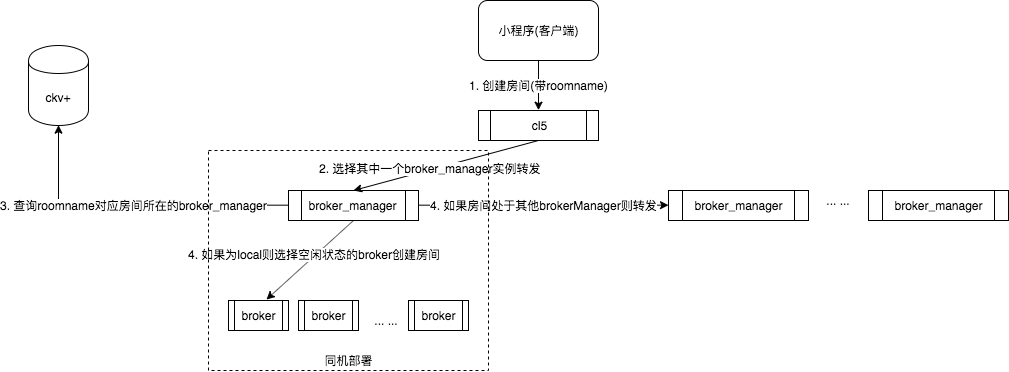
Before: Untitled Diagram.png, a diagram exported from draw.io (HDX180/hello_world). Source tidied: cells renumbered, new cells last; positions are measured from the earlier drawing's top-left corner, leaving out a move shared by most shapes. Its diagram source:
```xml
<mxGraphModel>
  <root>
    <mxCell id="0" />
    <mxCell id="1" parent="0" />
    <mxCell id="2" value="cl5" style="shape=process;whiteSpace=wrap;html=1;backgroundOutline=1;" parent="1" vertex="1">
      <mxGeometry x="450" y="110" width="120" height="30" as="geometry" />
    </mxCell>
    <mxCell id="3" value="3. 查询roomname对应房间所在的broker_manager" style="edgeStyle=orthogonalEdgeStyle;rounded=0;jettySize=auto;html=1;entryX=0.5;entryY=1;entryDx=0;entryDy=0;" parent="1" edge="1" source="5" target="15">
      <mxGeometry relative="1" as="geometry" />
    </mxCell>
    <mxCell id="4" value="&lt;span style=&quot;font-size: 12px&quot;&gt;4. 如果房间处于其他brokerManager则转发&lt;/span&gt;" style="edgeStyle=orthogonalEdgeStyle;rounded=0;jettySize=auto;html=1;exitX=1;exitY=0.5;exitDx=0;exitDy=0;entryX=0;entryY=0.5;entryDx=0;entryDy=0;" parent="1" edge="1" source="5" target="6">
      <mxGeometry relative="1" as="geometry" />
    </mxCell>
    <mxCell id="5" value="broker_manager" style="shape=process;whiteSpace=wrap;html=1;backgroundOutline=1;" parent="1" vertex="1">
      <mxGeometry x="260" y="190" width="130" height="30" as="geometry" />
    </mxCell>
    <mxCell id="6" value="broker_manager" style="shape=process;whiteSpace=wrap;html=1;backgroundOutline=1;" parent="1" vertex="1">
      <mxGeometry x="640" y="190" width="140" height="30" as="geometry" />
    </mxCell>
    <mxCell id="7" value="broker_manager" style="shape=process;whiteSpace=wrap;html=1;backgroundOutline=1;" parent="1" vertex="1">
      <mxGeometry x="840" y="190" width="140" height="30" as="geometry" />
    </mxCell>
    <mxCell id="8" value="... ..." style="text;html=1;strokeColor=none;fillColor=none;align=center;verticalAlign=middle;whiteSpace=wrap;rounded=0;" parent="1" vertex="1">
      <mxGeometry x="790" y="190" width="40" height="20" as="geometry" />
    </mxCell>
    <mxCell id="9" value="1. 创建房间(带roomname)" style="edgeStyle=orthogonalEdgeStyle;rounded=0;jettySize=auto;html=1;exitX=0.5;exitY=1;exitDx=0;exitDy=0;entryX=0.5;entryY=0;entryDx=0;entryDy=0;" parent="1" edge="1" source="10" target="2">
      <mxGeometry relative="1" as="geometry" />
    </mxCell>
    <mxCell id="10" value="小程序(客户端)" style="rounded=1;whiteSpace=wrap;html=1;" parent="1" vertex="1">
      <mxGeometry x="450" width="120" height="60" as="geometry" />
    </mxCell>
    <mxCell id="11" value="broker" style="shape=process;whiteSpace=wrap;html=1;backgroundOutline=1;" parent="1" vertex="1">
      <mxGeometry x="200" y="300" width="60" height="30" as="geometry" />
    </mxCell>
    <mxCell id="12" value="broker" style="shape=process;whiteSpace=wrap;html=1;backgroundOutline=1;" parent="1" vertex="1">
      <mxGeometry x="270" y="300" width="60" height="30" as="geometry" />
    </mxCell>
    <mxCell id="13" value="broker" style="shape=process;whiteSpace=wrap;html=1;backgroundOutline=1;" parent="1" vertex="1">
      <mxGeometry x="380" y="300" width="60" height="30" as="geometry" />
    </mxCell>
    <mxCell id="14" value="... ..." style="text;html=1;strokeColor=none;fillColor=none;align=center;verticalAlign=middle;whiteSpace=wrap;rounded=0;" parent="1" vertex="1">
      <mxGeometry x="338" y="310" width="40" height="20" as="geometry" />
    </mxCell>
    <mxCell id="15" value="ckv+" style="shape=cylinder;whiteSpace=wrap;html=1;boundedLbl=1;backgroundOutline=1;" parent="1" vertex="1">
      <mxGeometry y="45" width="60" height="80" as="geometry" />
    </mxCell>
    <mxCell id="16" style="endArrow=classic;html=1;entryX=0.5;entryY=0;entryDx=0;entryDy=0;exitX=0.5;exitY=1;exitDx=0;exitDy=0;" parent="1" edge="1" source="2" target="5">
      <mxGeometry relative="1" as="geometry" />
    </mxCell>
    <mxCell id="17" value="2. 选择其中一个broker_manager实例转发" style="text;html=1;align=center;verticalAlign=middle;labelBackgroundColor=#ffffff;" parent="16" vertex="1">
      <mxGeometry x="0.17" y="-2" relative="1" as="geometry" />
    </mxCell>
    <mxCell id="18" style="endArrow=classic;html=1;entryX=0.633;entryY=-0.033;entryDx=0;entryDy=0;entryPerimeter=0;exitX=0.5;exitY=1;exitDx=0;exitDy=0;" parent="1" edge="1" source="5" target="11">
      <mxGeometry relative="1" as="geometry" />
    </mxCell>
    <mxCell id="19" value="4. 如果为local则选择空闲状态的broker创建房间" style="text;html=1;align=center;verticalAlign=middle;labelBackgroundColor=#ffffff;" parent="18" vertex="1">
      <mxGeometry x="-0.12" y="-2" relative="1" as="geometry" />
    </mxCell>
    <mxCell id="20" style="rounded=0;whiteSpace=wrap;html=1;gradientColor=none;fillColor=none;dashed=1;" parent="1" vertex="1">
      <mxGeometry x="180" y="150" width="280" height="220" as="geometry" />
    </mxCell>
    <mxCell id="21" value="同机部署" style="text;html=1;strokeColor=none;fillColor=none;align=center;verticalAlign=middle;whiteSpace=wrap;rounded=0;dashed=1;" parent="1" vertex="1">
      <mxGeometry x="290" y="350" width="60" height="20" as="geometry" />
    </mxCell>
  </root>
</mxGraphModel>
```
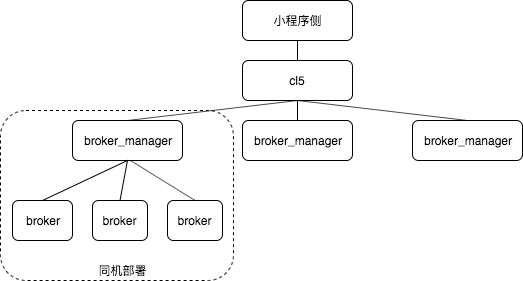
After the change.

Change to the diagram source:
```diff
@@ -2,65 +2,58 @@
   <root>
     <mxCell id="0" />
     <mxCell id="1" parent="0" />
+    <mxCell id="22" value="broker_manager" style="rounded=1;whiteSpace=wrap;html=1;" parent="1" vertex="1">
+      <mxGeometry x="360" y="140" width="110" height="40" as="geometry" />
+    </mxCell>
+    <mxCell id="23" value="broker_manager" style="rounded=1;whiteSpace=wrap;html=1;" parent="1" vertex="1">
+      <mxGeometry x="530" y="140" width="110" height="40" as="geometry" />
+    </mxCell>
+    <mxCell id="24" value="broker_manager" style="rounded=1;whiteSpace=wrap;html=1;" parent="1" vertex="1">
+      <mxGeometry x="700" y="140" width="110" height="40" as="geometry" />
+    </mxCell>
-    <mxCell id="2" value="cl5" style="shape=process;whiteSpace=wrap;html=1;backgroundOutline=1;" parent="1" vertex="1">
-      <mxGeometry x="450" y="110" width="120" height="30" as="geometry" />
+    <mxCell id="2" value="cl5" style="rounded=1;whiteSpace=wrap;html=1;" parent="1" vertex="1">
+      <mxGeometry x="530" y="80" width="110" height="40" as="geometry" />
     </mxCell>
-    <mxCell id="3" value="3. 查询roomname对应房间所在的broker_manager" style="edgeStyle=orthogonalEdgeStyle;rounded=0;jettySize=auto;html=1;entryX=0.5;entryY=1;entryDx=0;entryDy=0;" parent="1" edge="1" source="5" target="15">
-      <mxGeometry relative="1" as="geometry" />
-    </mxCell>
-    <mxCell id="4" value="&lt;span style=&quot;font-size: 12px&quot;&gt;4. 如果房间处于其他brokerManager则转发&lt;/span&gt;" style="edgeStyle=orthogonalEdgeStyle;rounded=0;jettySize=auto;html=1;exitX=1;exitY=0.5;exitDx=0;exitDy=0;entryX=0;entryY=0.5;entryDx=0;entryDy=0;" parent="1" edge="1" source="5" target="6">
-      <mxGeometry relative="1" as="geometry" />
-    </mxCell>
-    <mxCell id="5" value="broker_manager" style="shape=process;whiteSpace=wrap;html=1;backgroundOutline=1;" parent="1" vertex="1">
-      <mxGeometry x="260" y="190" width="130" height="30" as="geometry" />
-    </mxCell>
-    <mxCell id="6" value="broker_manager" style="shape=process;whiteSpace=wrap;html=1;backgroundOutline=1;" parent="1" vertex="1">
-      <mxGeometry x="640" y="190" width="140" height="30" as="geometry" />
-    </mxCell>
-    <mxCell id="7" value="broker_manager" style="shape=process;whiteSpace=wrap;html=1;backgroundOutline=1;" parent="1" vertex="1">
-      <mxGeometry x="840" y="190" width="140" height="30" as="geometry" />
-    </mxCell>
-    <mxCell id="8" value="... ..." style="text;html=1;strokeColor=none;fillColor=none;align=center;verticalAlign=middle;whiteSpace=wrap;rounded=0;" parent="1" vertex="1">
-      <mxGeometry x="790" y="190" width="40" height="20" as="geometry" />
-    </mxCell>
-    <mxCell id="9" value="1. 创建房间(带roomname)" style="edgeStyle=orthogonalEdgeStyle;rounded=0;jettySize=auto;html=1;exitX=0.5;exitY=1;exitDx=0;exitDy=0;entryX=0.5;entryY=0;entryDx=0;entryDy=0;" parent="1" edge="1" source="10" target="2">
-      <mxGeometry relative="1" as="geometry" />
-    </mxCell>
-    <mxCell id="10" value="小程序(客户端)" style="rounded=1;whiteSpace=wrap;html=1;" parent="1" vertex="1">
-      <mxGeometry x="450" width="120" height="60" as="geometry" />
-    </mxCell>
-    <mxCell id="11" value="broker" style="shape=process;whiteSpace=wrap;html=1;backgroundOutline=1;" parent="1" vertex="1">
-      <mxGeometry x="200" y="300" width="60" height="30" as="geometry" />
-    </mxCell>
-    <mxCell id="12" value="broker" style="shape=process;whiteSpace=wrap;html=1;backgroundOutline=1;" parent="1" vertex="1">
-      <mxGeometry x="270" y="300" width="60" height="30" as="geometry" />
-    </mxCell>
-    <mxCell id="13" value="broker" style="shape=process;whiteSpace=wrap;html=1;backgroundOutline=1;" parent="1" vertex="1">
-      <mxGeometry x="380" y="300" width="60" height="30" as="geometry" />
-    </mxCell>
-    <mxCell id="14" value="... ..." style="text;html=1;strokeColor=none;fillColor=none;align=center;verticalAlign=middle;whiteSpace=wrap;rounded=0;" parent="1" vertex="1">
-      <mxGeometry x="338" y="310" width="40" height="20" as="geometry" />
-    </mxCell>
-    <mxCell id="15" value="ckv+" style="shape=cylinder;whiteSpace=wrap;html=1;boundedLbl=1;backgroundOutline=1;" parent="1" vertex="1">
-      <mxGeometry y="45" width="60" height="80" as="geometry" />
-    </mxCell>
-    <mxCell id="16" style="endArrow=classic;html=1;entryX=0.5;entryY=0;entryDx=0;entryDy=0;exitX=0.5;exitY=1;exitDx=0;exitDy=0;" parent="1" edge="1" source="2" target="5">
-      <mxGeometry relative="1" as="geometry" />
-    </mxCell>
-    <mxCell id="17" value="2. 选择其中一个broker_manager实例转发" style="text;html=1;align=center;verticalAlign=middle;labelBackgroundColor=#ffffff;" parent="16" vertex="1">
-      <mxGeometry x="0.17" y="-2" relative="1" as="geometry" />
-    </mxCell>
-    <mxCell id="18" style="endArrow=classic;html=1;entryX=0.633;entryY=-0.033;entryDx=0;entryDy=0;entryPerimeter=0;exitX=0.5;exitY=1;exitDx=0;exitDy=0;" parent="1" edge="1" source="5" target="11">
-      <mxGeometry relative="1" as="geometry" />
-    </mxCell>
-    <mxCell id="19" value="4. 如果为local则选择空闲状态的broker创建房间" style="text;html=1;align=center;verticalAlign=middle;labelBackgroundColor=#ffffff;" parent="18" vertex="1">
-      <mxGeometry x="-0.12" y="-2" relative="1" as="geometry" />
-    </mxCell>
-    <mxCell id="20" style="rounded=0;whiteSpace=wrap;html=1;gradientColor=none;fillColor=none;dashed=1;" parent="1" vertex="1">
-      <mxGeometry x="180" y="150" width="280" height="220" as="geometry" />
-    </mxCell>
+    <mxCell id="25" value="小程序侧" style="rounded=1;whiteSpace=wrap;html=1;" parent="1" vertex="1">
+      <mxGeometry x="530" y="20" width="110" height="40" as="geometry" />
+    </mxCell>
+    <mxCell id="26" value="broker" style="rounded=1;whiteSpace=wrap;html=1;" parent="1" vertex="1">
+      <mxGeometry x="300" y="220" width="60" height="40" as="geometry" />
+    </mxCell>
+    <mxCell id="27" value="broker" style="rounded=1;whiteSpace=wrap;html=1;" parent="1" vertex="1">
+      <mxGeometry x="380" y="220" width="55" height="40" as="geometry" />
+    </mxCell>
+    <mxCell id="28" value="broker" style="rounded=1;whiteSpace=wrap;html=1;" parent="1" vertex="1">
+      <mxGeometry x="455" y="220" width="55" height="40" as="geometry" />
+    </mxCell>
+    <mxCell id="29" style="endArrow=none;html=1;entryX=0.5;entryY=1;entryDx=0;entryDy=0;exitX=0.5;exitY=0;exitDx=0;exitDy=0;" parent="1" edge="1" source="2" target="25">
+      <mxGeometry relative="1" as="geometry" />
+    </mxCell>
+    <mxCell id="30" style="endArrow=none;html=1;entryX=0.5;entryY=1;entryDx=0;entryDy=0;exitX=0.5;exitY=0;exitDx=0;exitDy=0;" parent="1" edge="1" source="22" target="2">
+      <mxGeometry relative="1" as="geometry" />
+    </mxCell>
+    <mxCell id="31" style="endArrow=none;html=1;entryX=0.5;entryY=1;entryDx=0;entryDy=0;exitX=0.5;exitY=0;exitDx=0;exitDy=0;" parent="1" edge="1" source="23" target="2">
+      <mxGeometry relative="1" as="geometry" />
+    </mxCell>
+    <mxCell id="32" style="endArrow=none;html=1;entryX=0.5;entryY=1;entryDx=0;entryDy=0;exitX=0.5;exitY=0;exitDx=0;exitDy=0;" parent="1" edge="1" source="24" target="2">
+      <mxGeometry relative="1" as="geometry" />
+    </mxCell>
+    <mxCell id="33" style="endArrow=none;html=1;entryX=0.5;entryY=1;entryDx=0;entryDy=0;exitX=0.5;exitY=0;exitDx=0;exitDy=0;" parent="1" edge="1" source="26" target="22">
+      <mxGeometry relative="1" as="geometry" />
+    </mxCell>
+    <mxCell id="34" style="endArrow=none;html=1;entryX=0.5;entryY=1;entryDx=0;entryDy=0;exitX=0.5;exitY=0;exitDx=0;exitDy=0;" parent="1" edge="1" source="27" target="22">
+      <mxGeometry relative="1" as="geometry" />
+    </mxCell>
+    <mxCell id="35" style="endArrow=none;html=1;exitX=0.5;exitY=0;exitDx=0;exitDy=0;" parent="1" edge="1" source="28">
+      <mxGeometry relative="1" as="geometry">
+        <mxPoint x="418" y="180" as="targetPoint" />
+      </mxGeometry>
+    </mxCell>
+    <mxCell id="36" style="rounded=1;whiteSpace=wrap;html=1;fillColor=none;dashed=1;" parent="1" vertex="1">
+      <mxGeometry x="288" y="130" width="233" height="170" as="geometry" />
+    </mxCell>
     <mxCell id="21" value="同机部署" style="text;html=1;strokeColor=none;fillColor=none;align=center;verticalAlign=middle;whiteSpace=wrap;rounded=0;dashed=1;" parent="1" vertex="1">
-      <mxGeometry x="290" y="350" width="60" height="20" as="geometry" />
+      <mxGeometry x="380" y="280" width="60" height="20" as="geometry" />
     </mxCell>
   </root>
 </mxGraphModel>
```
